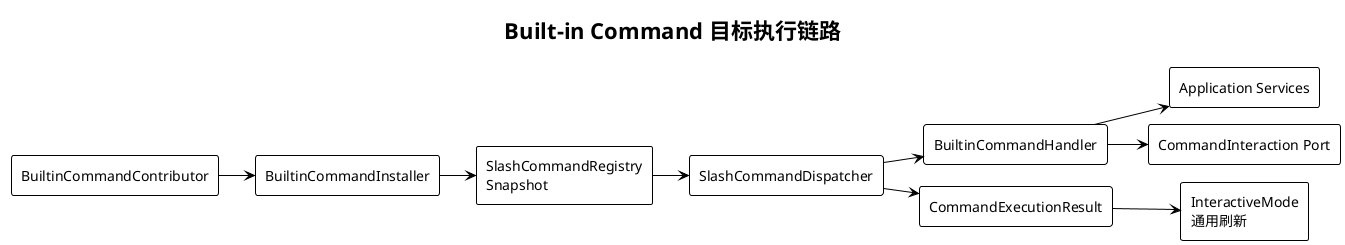
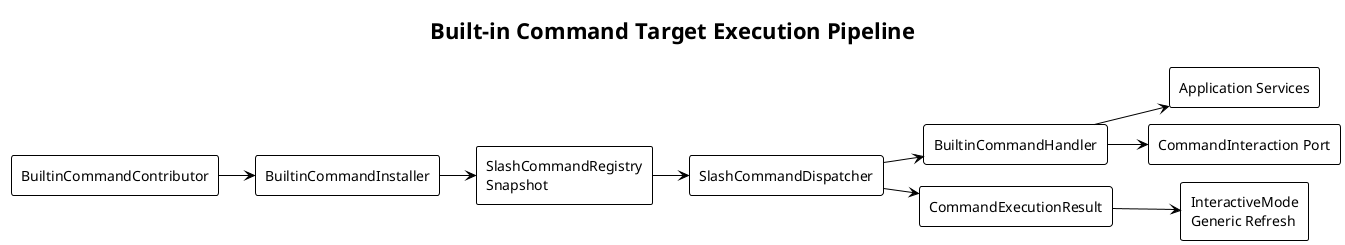
' Generated with PlantUML 1.2026.6
' Run from this directory: plantuml -tsvg diagram.puml

@startuml 01-target-command-pipeline
' pi source: packages/coding-agent/src/core/slash-commands.ts:13-40
' pi source: packages/coding-agent/src/modes/interactive/interactive-mode.ts:2541-2674
' Design reason: bind metadata and execution, then share one registry/dispatcher across clients.
!theme plain
!pragma layout smetana
- skinparam defaultFontName "PingFang SC"
- skinparam shadowing false
- skinparam backgroundColor transparent
- title Built-in Command 目标执行链路
+ skinparam defaultFontName "SansSerif"
+ skinparam shadowing false
+ skinparam backgroundColor transparent
+ title Built-in Command Target Execution Pipeline

left to right direction
rectangle "BuiltinCommandContributor" as A
rectangle "BuiltinCommandInstaller" as B
rectangle "SlashCommandRegistry\nSnapshot" as C
rectangle "SlashCommandDispatcher" as D
rectangle "BuiltinCommandHandler" as E
rectangle "Application Services" as F
rectangle "CommandInteraction Port" as G
rectangle "CommandExecutionResult" as H
- rectangle "InteractiveMode\n通用刷新" as I
+ rectangle "InteractiveMode\nGeneric Refresh" as I

A --> B
B --> C
C --> D
D --> E
E --> F
E --> G
D --> H
H --> I
@enduml

@startuml 02-completion-chain
' pi source: packages/coding-agent/src/modes/interactive/interactive-mode.ts:499-533
' Design reason: preserve pi discovery inputs while publishing one catalog view.
!theme plain
!pragma layout smetana
- skinparam defaultFontName "PingFang SC"
- skinparam shadowing false
- skinparam backgroundColor transparent
- title pi 命令补全链路
+ skinparam defaultFontName "SansSerif"
+ skinparam shadowing false
+ skinparam backgroundColor transparent
+ title pi Command Completion Flow

left to right direction
rectangle "BUILTIN_SLASH_COMMANDS" as B
rectangle "ExtensionRunner commands" as E
rectangle "Prompt Templates" as P
rectangle "Skills" as S
- rectangle "SlashCommand 补全项" as C
+ rectangle "SlashCommand\nCompletion Items" as C
rectangle "CombinedAutocompleteProvider" as A
rectangle "TUI Editor" as T

B --> C
E --> C
P --> C
S --> C
C --> A
A --> T
@enduml

@startuml 03-pi-clone-flow
' pi source: packages/coding-agent/src/modes/interactive/interactive-mode.ts:2608-2612,4422-4442
' pi source: packages/coding-agent/src/core/agent-session-runtime.ts:293-321
' Observed behavior: clone forks at the current leaf and replaces the active session.
!theme plain
!pragma layout smetana
- skinparam defaultFontName "PingFang SC"
+ skinparam defaultFontName "SansSerif"
skinparam shadowing false
skinparam backgroundColor transparent
hide footbox
- title pi /clone 执行链路
+ title pi /clone Execution Flow

actor User as U
participant InteractiveMode as I
participant AgentSession as S
participant RuntimeHost as R
participant TUI as T

U -> I : /clone
- I -> I : 字符串分支命中
+ I -> I : string branch matched
I -> R : fork(currentLeaf, position=at)
R --> I : replaced session
I -> T : rebuild + status
@enduml

@startuml 04-current-java-architecture
' Java current-state diagram; pi source is not applicable.
' Design reason: expose registry execution, TUI bypasses, and post-command side effects as separate paths.
!theme plain
!pragma layout smetana
- skinparam defaultFontName "PingFang SC"
- skinparam shadowing false
- skinparam backgroundColor transparent
- title Java 当前 Built-in Command 架构
+ skinparam defaultFontName "SansSerif"
+ skinparam shadowing false
+ skinparam backgroundColor transparent
+ title Current Java Built-in Command Architecture

left to right direction
rectangle "BuiltinCommandRegistrar" as R
rectangle "SlashCommandRegistry" as G
rectangle "SlashCommand implementations" as C
rectangle "InteractiveMode" as I
rectangle "Special Overlay branches" as O
rectangle "Post-command side effects" as S

R --> G
G --> C
I --> G
I --> O
I --> S
@enduml

@startuml 05-target-architecture
' pi source: packages/coding-agent/src/modes/interactive/interactive-mode.ts:499-533,2541-2674
' Design reason: separate definition, dispatch, runtime workflow, interaction, and client adaptation.
!theme plain
!pragma layout smetana
- skinparam defaultFontName "PingFang SC"
- skinparam shadowing false
- skinparam backgroundColor transparent
- title Built-in Command 目标组件架构
+ skinparam defaultFontName "SansSerif"
+ skinparam shadowing false
+ skinparam backgroundColor transparent
+ title Built-in Command Target Component Architecture

top to bottom direction
- package "定义与安装" as Definition {
+ package "Definition and Installation" as Definition {
  component "CoreBuiltinCommandContributor" as Core
  component "HostBuiltinCommandContributor" as Host
  component "BuiltinCommandInstaller" as Installer
  Core --> Installer
  Host --> Installer
}

- package "统一命令核心" as CommandCore {
+ package "Unified Command Core" as CommandCore {
  component "SlashCommandRegistry\nSnapshot" as Registry
  component "SlashCommandParser" as Parser
  component "SlashCommandDispatcher" as Dispatcher
  component "CommandExecutionGate" as Gate
  component "CommandCompletionService" as Completion
  Parser --> Dispatcher
  Registry --> Dispatcher
  Dispatcher --> Gate
  Registry --> Completion
}

package "Built-in Runtime" as Runtime {
  component "BuiltinCommandHandler" as Handler
  component "Application Services" as Services
  component "CommandInteraction" as Interaction
  Handler --> Services
  Handler --> Interaction
  Gate --> Handler
}

- package "客户端与协议适配" as Clients {
+ package "Client and Protocol Adapters" as Clients {
  component "InteractiveMode" as TUI
  component "App Command Client" as APP
  component "HelpCommand" as Help
  component "Typed RPC Adapters" as RPC
  Completion --> TUI
  Completion --> APP
  TUI --> Dispatcher
  APP --> Dispatcher
  Registry --> Help
  Services --> RPC
}

Installer --> Registry
@enduml

@startuml 06-dependency-direction
' pi source: packages/coding-agent/src/modes/interactive/interactive-mode.ts:2541-2674
' Design reason: remove the pi TUI-to-workflow coupling and prevent reverse dependencies on UI or slash text.
!theme plain
!pragma layout smetana
- skinparam defaultFontName "PingFang SC"
- skinparam shadowing false
- skinparam backgroundColor transparent
- title 目标依赖方向
+ skinparam defaultFontName "SansSerif"
+ skinparam shadowing false
+ skinparam backgroundColor transparent
+ title Target Dependency Direction

left to right direction
component "mode/tui" as tui
component "app client" as app
component "command application API" as command
component "session/model/auth/reload services" as session
component "command/builtin" as builtin
component "extension adapter" as extension
- component "具体 TUI Component" as tuiConcrete
- component "Slash 文本解析" as slashText
+ component "Concrete TUI Component" as tuiConcrete
+ component "Slash Text Parsing" as slashText

tui --> command
app --> command
command --> session
builtin --> command
extension --> command
- command ..> tuiConcrete : 禁止依赖
- session ..> slashText : 禁止依赖
+ command ..> tuiConcrete : forbidden dependency
+ session ..> slashText : forbidden dependency
@enduml

@startuml 07-builtin-definition-class
' pi source: packages/coding-agent/src/core/slash-commands.ts:13-40
' pi source: packages/coding-agent/src/modes/interactive/interactive-mode.ts:2541-2674
' Design reason: bind pi metadata to a handler and normalize all sources behind an internal executor.
!theme plain
!pragma layout smetana
- skinparam defaultFontName "PingFang SC"
+ skinparam defaultFontName "SansSerif"
skinparam shadowing false
skinparam backgroundColor transparent
skinparam classAttributeIconSize 0
- title Built-in Command 定义与内部模型
+ title Built-in Command Definition and Internal Model

class BuiltinCommandDefinition <<record>> {
  + String name
  + String description
  + CommandExecutionPolicy executionPolicy
  + SlashCommandArgumentCompleter argumentCompleter
  + BuiltinCommandHandler handler
}

class CommandExecutionPolicy <<record>> {
  + BuiltinCommandExecutionMode mode
  + CommandConcurrency concurrency
  + boolean cancellable
  + Optional<Duration> timeout
}

enum BuiltinCommandExecutionMode {
  IMMEDIATE
  REQUIRE_IDLE
  ABORT_AGENT_AND_RUN
  RUNTIME_TRANSITION
  SHUTDOWN
}

enum CommandConcurrency {
  SHARED
  EXCLUSIVE
}

interface SlashCommandArgumentCompleter {
  + complete(argumentPrefix, context): CompletionStage
}

interface BuiltinCommandHandler {
  + handle(invocation, context): CompletionStage
}

interface BuiltinCommandContributor {
  + contributorId(): String
  + commands(): List
}

class BuiltinCommandInstaller {
  + install(contributors)
}

class SlashCommandDefinitionValidator <<utility>> {
  + requireValidName(name): String
  + requireValidDescription(description): String
}

class RegisteredSlashCommand <<record>> {
  + String ownerId
  + CommandSourceKind sourceKind
  + CommandExecutor executor
}

interface CommandExecutor {
  + execute(invocation, context): CompletionStage
}

class CommandRegistrySnapshot <<immutable>>
class SlashCommandInvocation
class BuiltinCommandContext
class CommandExecutionResult

BuiltinCommandContributor "1" --> "1..*" BuiltinCommandDefinition : declares
BuiltinCommandInstaller ..> BuiltinCommandContributor : collects
BuiltinCommandInstaller ..> BuiltinCommandDefinition : validates
BuiltinCommandDefinition ..> SlashCommandDefinitionValidator : validates fields
BuiltinCommandDefinition *-- CommandExecutionPolicy : owns policy
CommandExecutionPolicy *-- BuiltinCommandExecutionMode : selects runtime behavior
CommandExecutionPolicy *-- CommandConcurrency : selects command concurrency
BuiltinCommandDefinition o-- SlashCommandArgumentCompleter : delegates completion
BuiltinCommandDefinition o-- BuiltinCommandHandler : delegates execution
BuiltinCommandInstaller ..> RegisteredSlashCommand : adapts
BuiltinCommandInstaller ..> CommandExecutor : wraps handler
RegisteredSlashCommand o-- CommandExecutor : delegates execution
CommandRegistrySnapshot *-- RegisteredSlashCommand : contains
BuiltinCommandHandler ..> SlashCommandInvocation : receives
BuiltinCommandHandler ..> BuiltinCommandContext : receives
BuiltinCommandHandler ..> CommandExecutionResult : returns
@enduml

@startuml 08-atomic-install
' pi source: packages/coding-agent/src/modes/interactive/interactive-mode.ts:484-497
' Design reason: turn pi conflict diagnostics into fail-fast, all-or-nothing registry publication.
!theme plain
!pragma layout smetana
- skinparam defaultFontName "PingFang SC"
+ skinparam defaultFontName "SansSerif"
skinparam shadowing false
skinparam backgroundColor transparent
hide footbox
- title Built-in Command 原子安装
+ title Atomic Built-in Command Installation

participant Spring as S
participant BuiltinCommandInstaller as I
participant Contributors as C
participant SlashCommandRegistry as R

S -> I : initialize
I -> C : collect definitions
C --> I : command lists
I -> I : stable sort + validate all
- alt 全部合法
+ alt all definitions valid
  I -> R : replaceOwnerCommands("builtin", definitions)
  R -> R : publish snapshot version + 1
- else 非法或冲突
+ else invalid or conflicting
  I --> S : fail application startup
  note over R
-     不发布部分命令集合
+     No partial command catalog is published
  end note
end
@enduml

@startuml 09-input-routing
' pi source: packages/coding-agent/src/modes/interactive/interactive-mode.ts:2541-2715
' Design reason: preserve built-in priority while routing built-in and extension commands through one dispatcher.
!theme plain
!pragma layout smetana
- skinparam defaultFontName "PingFang SC"
- skinparam shadowing false
- skinparam backgroundColor transparent
- title Slash Command 输入优先级
+ skinparam defaultFontName "SansSerif"
+ skinparam shadowing false
+ skinparam backgroundColor transparent
+ title Slash Command Input Priority

start
- if (以 ! 开头?) then (是)
+ if (Starts with !?) then (yes)
  :Bash input mode;
  stop
- else (否)
-   if (Registry 命令?) then (是)
-     :Dispatcher 执行\nBuilt-in/Extension;
-     :结束，不进入 LLM;
+ else (no)
+   if (Registry command?) then (yes)
+     :Dispatcher executes\nBuilt-in/Extension;
+     :Stop; do not send to LLM;
    stop
-   else (否)
-     if (Skill Command?) then (是)
+   else (no)
+     if (Skill Command?) then (yes)
      :Skill Processor;
      :Agent;
      stop
-     else (否)
-       if (Prompt Template?) then (是)
+     else (no)
+       if (Prompt Template?) then (yes)
        :Template Expansion;
        :Agent;
        stop
-       else (否)
-         :普通 Prompt;
+       else (no)
+         :Ordinary Prompt;
        :Agent;
        stop
      endif
    endif
  endif
endif
@enduml

@startuml 10-dispatch-sequence
' pi source: packages/coding-agent/src/modes/interactive/interactive-mode.ts:2541-2674
' Design reason: centralize policy checks, result mapping, concurrency, and client refresh semantics.
!theme plain
!pragma layout smetana
- skinparam defaultFontName "PingFang SC"
+ skinparam defaultFontName "SansSerif"
skinparam shadowing false
skinparam backgroundColor transparent
hide footbox
- title Slash Command Dispatch 时序
+ title Slash Command Dispatch Sequence

actor User as U
participant InputRouter as I
participant Parser as P
participant Dispatcher as D
participant "Registry Snapshot" as R
participant ExecutionGate as G
participant Handler as H
participant "Client Adapter" as C

U -> I : /reload
I -> P : parse(rawInput)
P --> I : Invocation
I -> D : dispatch(invocation, context)
D -> R : find(name)
R --> D : RegisteredSlashCommand
D -> G : check(policy, runtimeState)
- alt 可执行
+ alt executable
  G -> H : execute async
  H --> D : CommandExecutionResult
  D --> C : HANDLED + refreshHints
-   C -> C : 通用应用 refreshHints
- else 状态不允许
+   C -> C : apply refreshHints generically
+ else runtime state disallows execution
  G --> D : COMMAND_NOT_AVAILABLE
  D --> C : FAILED + userMessage
end
@enduml

@startuml 11-fork-clone
' pi source: packages/coding-agent/src/modes/interactive/interactive-mode.ts:4381-4442
' pi source: packages/coding-agent/src/core/agent-session-runtime.ts:257-321
' Design reason: reuse one fork service without erasing before/at product semantics.
!theme plain
!pragma layout smetana
- skinparam defaultFontName "PingFang SC"
- skinparam shadowing false
- skinparam backgroundColor transparent
- title Fork 与 Clone 工作流
+ skinparam defaultFontName "SansSerif"
+ skinparam shadowing false
+ skinparam backgroundColor transparent
+ title Fork and Clone Workflow

rectangle "/fork" as F
- rectangle "选择历史 User Message" as U
+ rectangle "Select Historical User Message" as U
rectangle "RuntimeHost.fork\nposition=before" as B
rectangle "/clone" as C
- rectangle "读取当前 leaf" as L
+ rectangle "Read Current Leaf" as L
rectangle "RuntimeHost.fork\nposition=at" as A
- rectangle "原子替换 Runtime" as R
+ rectangle "Atomically Replace Runtime" as R

F --> U
U --> B
C --> L
L --> A
B --> R
A --> R
@enduml

@startuml 12-reload
' pi source: packages/coding-agent/src/modes/interactive/interactive-mode.ts:5063-5147
' Design reason: preserve reload scope and idle guard while adding atomic candidate publication.
!theme plain
!pragma layout smetana
- skinparam defaultFontName "PingFang SC"
+ skinparam defaultFontName "SansSerif"
skinparam shadowing false
skinparam backgroundColor transparent
hide footbox
- title Reload 两阶段发布
+ title Reload Two-Phase Publication

actor User as U
participant ReloadCommand as C
participant ReloadCoordinator as R
participant "Candidate Builders" as B
participant "Runtime Snapshot" as S

U -> C : /reload
C -> R : prepare(cancellation)
R -> B : settings/keybindings/extensions/\nskills/prompts/themes/models
B --> R : candidate snapshots + diagnostics
- alt 全部满足发布条件
+ alt all publication conditions met
  R -> S : publish generation N+1
  S --> C : ReloadResult
  C --> U : loaded resources + diagnostics
else fatal/cancelled
  R --> C : failure/cancelled
  note over S
-     generation N 保持有效
+     generation N remains active
  end note
end
@enduml

@startuml 13-error-boundary
' pi source: packages/coding-agent/src/core/agent-session.ts:1138-1165
' Design reason: replace per-handler catch/print behavior with one safe dispatcher failure boundary.
!theme plain
!pragma layout smetana
- skinparam defaultFontName "PingFang SC"
- skinparam shadowing false
- skinparam backgroundColor transparent
- title Handler 失败边界
+ skinparam defaultFontName "SansSerif"
+ skinparam shadowing false
+ skinparam backgroundColor transparent
+ title Handler Failure Boundary

rectangle "Handler CompletionStage" as H
- rectangle "完成状态" as S
+ rectangle "Completion State" as S
rectangle "HANDLED" as R
rectangle "HANDLED + CANCELLED" as C
- rectangle "FAILED + 稳定错误码" as K
+ rectangle "FAILED + Stable Error Code" as K
rectangle "FAILED + COMMAND_FAILED" as U
- rectangle "ERROR 日志含 correlationId" as L
- rectangle "用户只看安全摘要" as M
+ rectangle "ERROR Log with correlationId" as L
+ rectangle "User Sees Safe Summary" as M

H --> S
- S --> R : 正常
- S --> C : 用户取消
- S --> K : 已知 CommandException
- S --> U : 未知 Throwable
+ S --> R : normal
+ S --> C : user cancelled
+ S --> K : known CommandException
+ S --> U : unknown Throwable
U --> L
U --> M
@enduml
